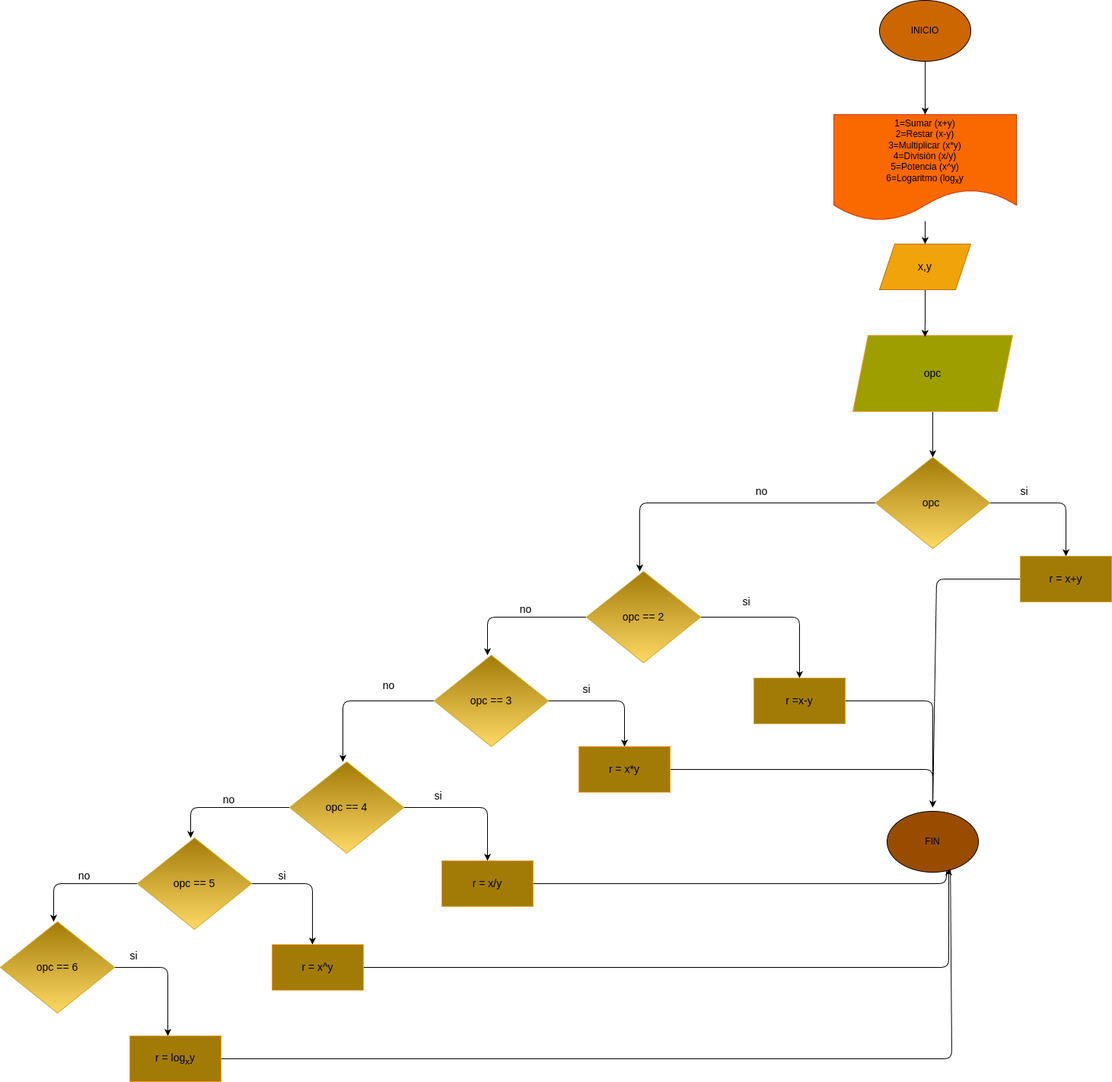
nidamapi/Mini_Calculadora_Guanentina keeps this draw.io diagram as diagrama.png. Above is the earlier version. Source tidied: cells renumbered, new cells last; positions are measured from the earlier drawing's top-left corner, leaving out a move shared by most shapes.
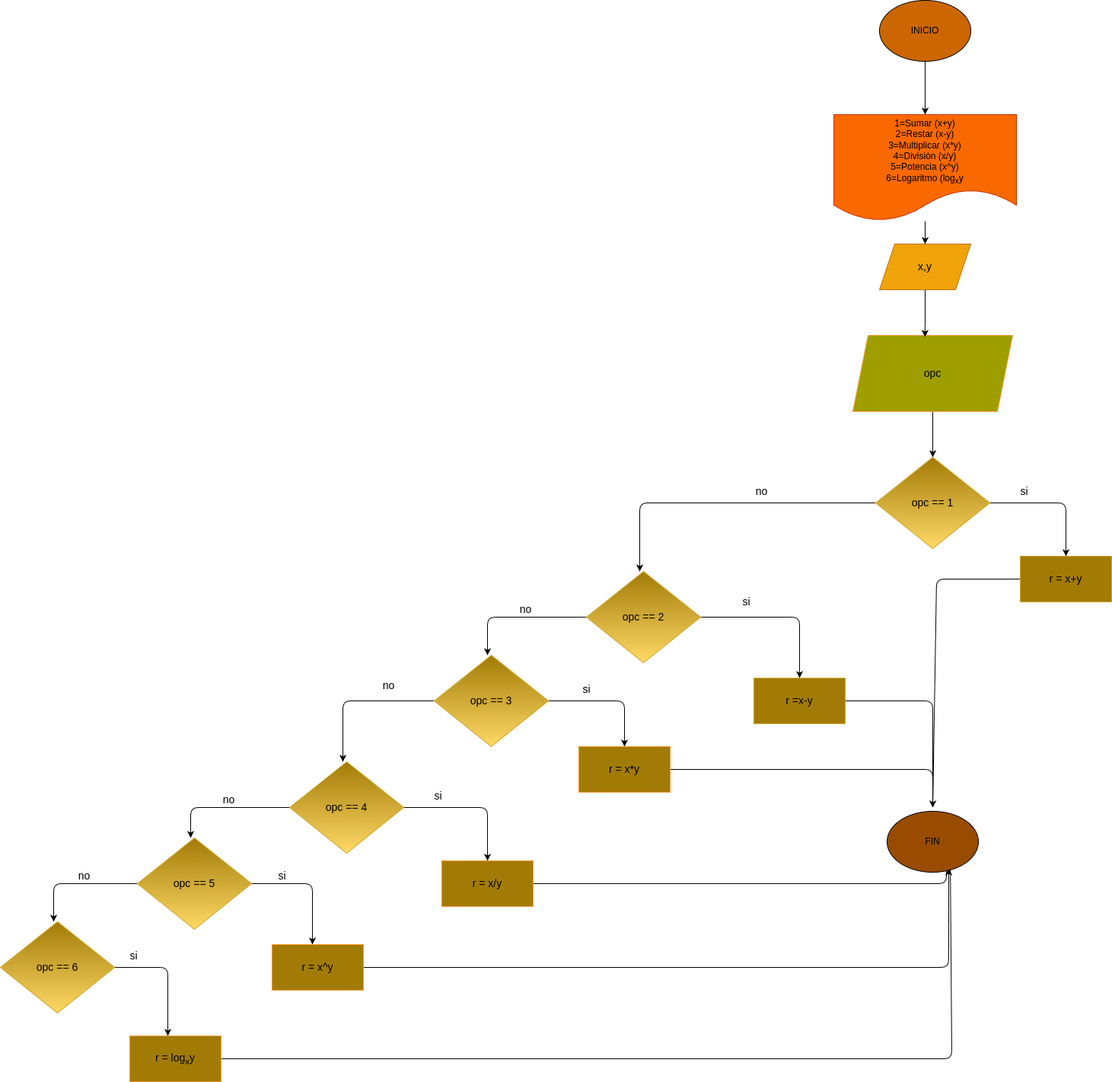
After the change.

Change to the diagram source:
```diff
@@ -35,7 +35,7 @@
         </Array>
       </mxGeometry>
     </mxCell>
-    <mxCell id="9" value="opc&amp;nbsp;" style="rhombus;whiteSpace=wrap;html=1;fontSize=14;fillColor=#a27b07;gradientColor=#ffd966;strokeColor=#d2a728;" parent="1" vertex="1">
+    <mxCell id="9" value="opc == 1" style="rhombus;whiteSpace=wrap;html=1;fontSize=14;fillColor=#a27b07;gradientColor=#ffd966;strokeColor=#d2a728;" parent="1" vertex="1">
       <mxGeometry x="1150" y="600" width="150" height="120" as="geometry" />
     </mxCell>
     <mxCell id="10" value="si" style="text;html=1;align=center;verticalAlign=middle;strokeColor=none;fillColor=none;fontSize=14;" parent="1" vertex="1">
```
